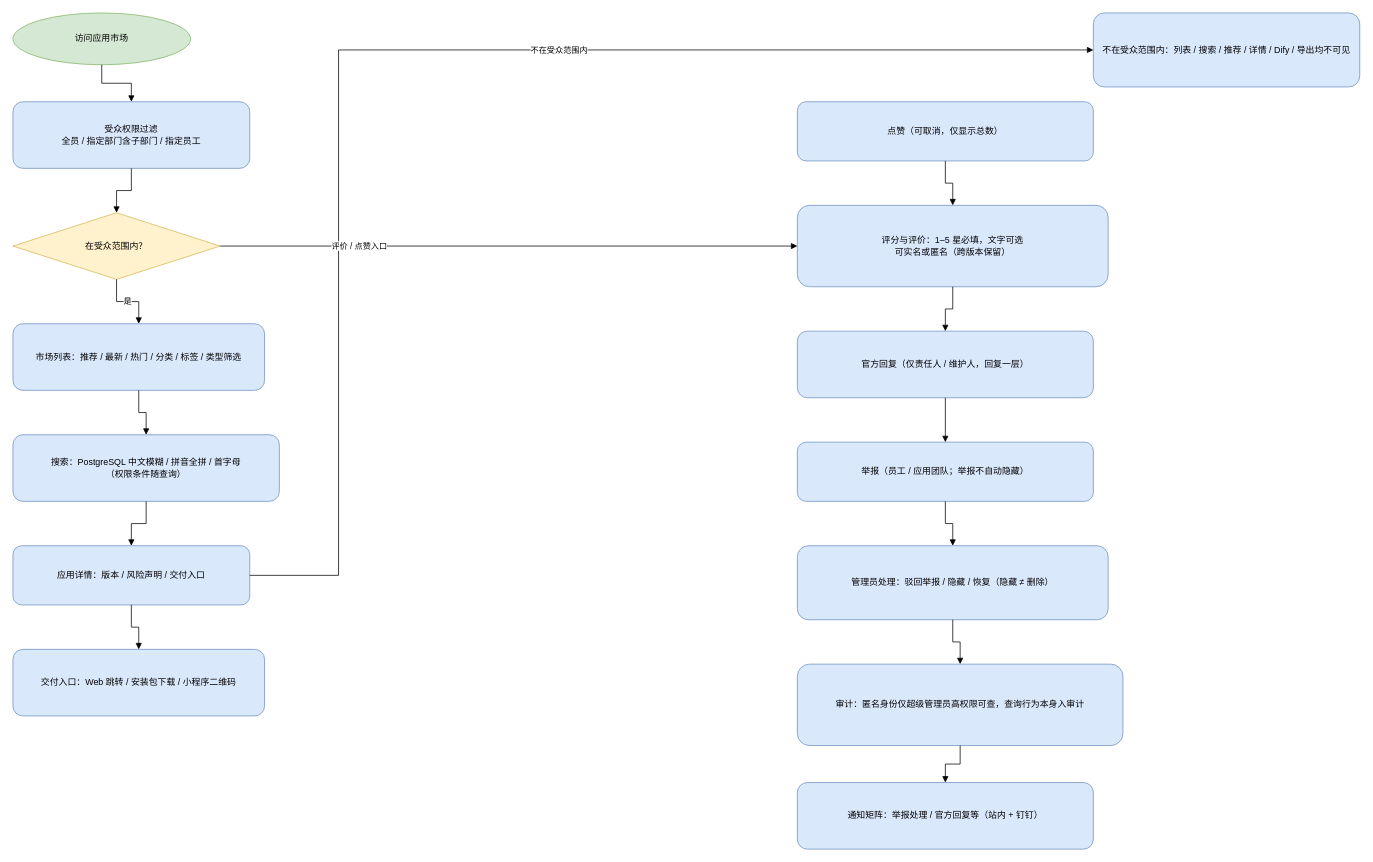
Before: docs/flowchart/05-marketplace-interaction-governance.drawio in lzc452/AI-HUB-PLATFORM, a draw.io diagram. Source tidied: cells renumbered, new cells numbered last; positions are measured from the earlier drawing's top-left corner, leaving out a move shared by most shapes. Both pictures are drawn from the tidied source at 74%, with x=0, y=0 at pixel (13, 13).
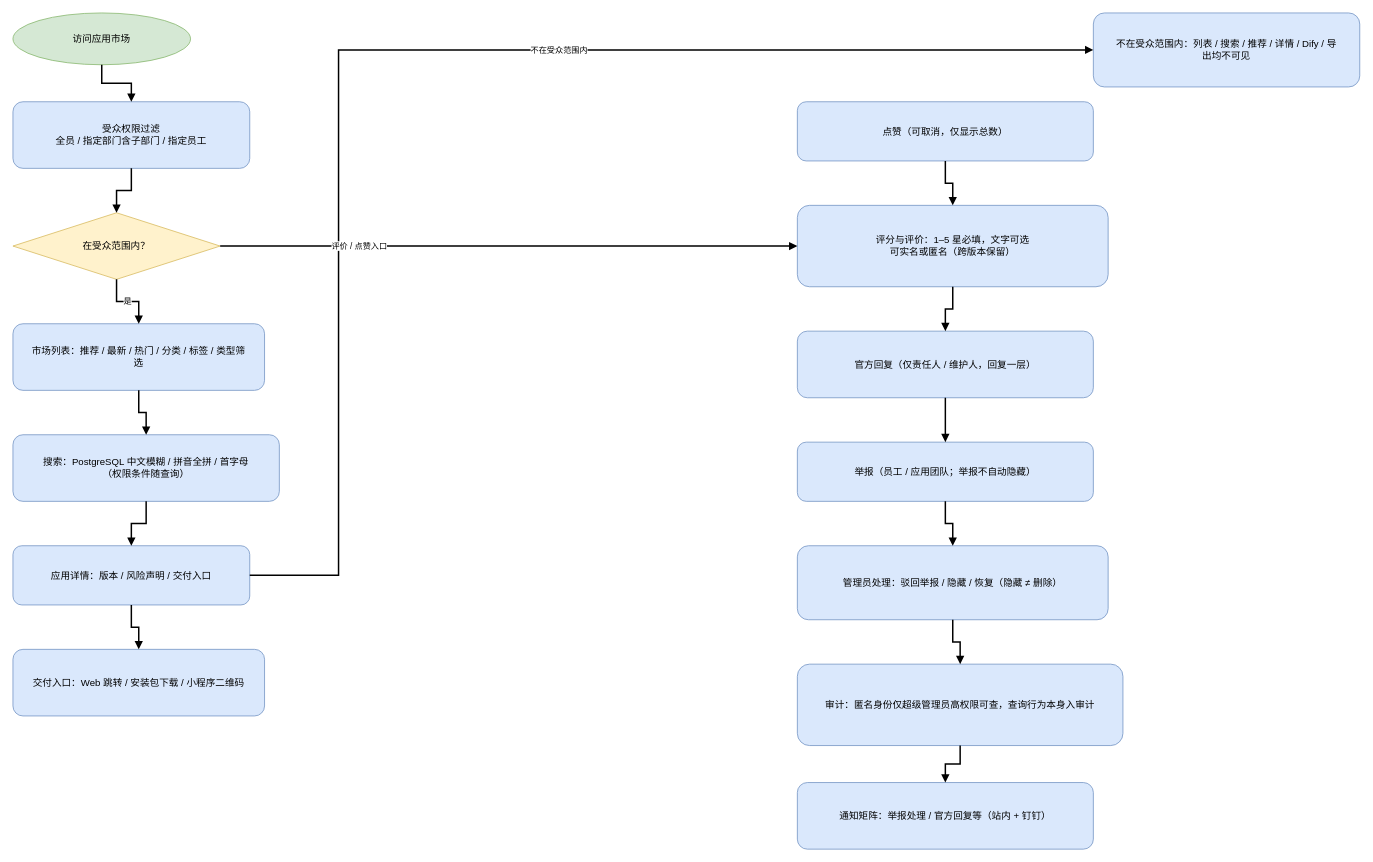
The same page after the edit.

Change to the diagram source:
```diff
@@
-    <mxCell id="2" value="访问应用市场" style="ellipse;whiteSpace=wrap;html=1;fillColor=#d5e8d4;strokeColor=#82b366;fontFamily=Microsoft YaHei;" parent="1" vertex="1">
+    <mxCell id="2" value="访问应用市场" style="ellipse;whiteSpace=wrap;html=1;fillColor=#d5e8d4;strokeColor=#82b366;fontFamily=Microsoft YaHei;fontSize=13;verticalAlign=middle;" parent="1" vertex="1">
       <mxGeometry width="240" height="70" as="geometry" />
     </mxCell>
-    <mxCell id="3" value="受众权限过滤&#10;全员 / 指定部门含子部门 / 指定员工" style="rounded=1;whiteSpace=wrap;html=1;fillColor=#dae8fc;strokeColor=#6c8ebf;fontFamily=Microsoft YaHei;" parent="1" vertex="1">
+    <mxCell id="3" value="受众权限过滤&#10;全员 / 指定部门含子部门 / 指定员工" style="rounded=1;whiteSpace=wrap;html=1;fillColor=#dae8fc;strokeColor=#6c8ebf;fontFamily=Microsoft YaHei;fontSize=13;verticalAlign=middle;" parent="1" vertex="1">
       <mxGeometry y="120" width="320" height="90" as="geometry" />
     </mxCell>
-    <mxCell id="4" value="在受众范围内？" style="rhombus;whiteSpace=wrap;html=1;fillColor=#fff2cc;strokeColor=#d6b656;fontFamily=Microsoft YaHei;" parent="1" vertex="1">
+    <mxCell id="4" value="在受众范围内？" style="rhombus;whiteSpace=wrap;html=1;fillColor=#fff2cc;strokeColor=#d6b656;fontFamily=Microsoft YaHei;fontSize=13;verticalAlign=middle;" parent="1" vertex="1">
       <mxGeometry y="270" width="280" height="90" as="geometry" />
     </mxCell>
-    <mxCell id="5" value="市场列表：推荐 / 最新 / 热门 / 分类 / 标签 / 类型筛选" style="rounded=1;whiteSpace=wrap;html=1;fillColor=#dae8fc;strokeColor=#6c8ebf;fontFamily=Microsoft YaHei;" parent="1" vertex="1">
+    <mxCell id="5" value="市场列表：推荐 / 最新 / 热门 / 分类 / 标签 / 类型筛&#10;选" style="rounded=1;whiteSpace=wrap;html=1;fillColor=#dae8fc;strokeColor=#6c8ebf;fontFamily=Microsoft YaHei;fontSize=13;verticalAlign=middle;" parent="1" vertex="1">
       <mxGeometry y="420" width="340" height="90" as="geometry" />
     </mxCell>
-    <mxCell id="6" value="搜索：PostgreSQL 中文模糊 / 拼音全拼 / 首字母&#10;（权限条件随查询）" style="rounded=1;whiteSpace=wrap;html=1;fillColor=#dae8fc;strokeColor=#6c8ebf;fontFamily=Microsoft YaHei;" parent="1" vertex="1">
+    <mxCell id="6" value="搜索：PostgreSQL 中文模糊 / 拼音全拼 / 首字母&#10;（权限条件随查询）" style="rounded=1;whiteSpace=wrap;html=1;fillColor=#dae8fc;strokeColor=#6c8ebf;fontFamily=Microsoft YaHei;fontSize=13;verticalAlign=middle;" parent="1" vertex="1">
       <mxGeometry y="570" width="360" height="90" as="geometry" />
     </mxCell>
-    <mxCell id="7" value="应用详情：版本 / 风险声明 / 交付入口" style="rounded=1;whiteSpace=wrap;html=1;fillColor=#dae8fc;strokeColor=#6c8ebf;fontFamily=Microsoft YaHei;" parent="1" vertex="1">
+    <mxCell id="7" value="应用详情：版本 / 风险声明 / 交付入口" style="rounded=1;whiteSpace=wrap;html=1;fillColor=#dae8fc;strokeColor=#6c8ebf;fontFamily=Microsoft YaHei;fontSize=13;verticalAlign=middle;" parent="1" vertex="1">
       <mxGeometry y="720" width="320" height="80" as="geometry" />
     </mxCell>
-    <mxCell id="8" value="交付入口：Web 跳转 / 安装包下载 / 小程序二维码" style="rounded=1;whiteSpace=wrap;html=1;fillColor=#dae8fc;strokeColor=#6c8ebf;fontFamily=Microsoft YaHei;" parent="1" vertex="1">
+    <mxCell id="8" value="交付入口：Web 跳转 / 安装包下载 / 小程序二维码" style="rounded=1;whiteSpace=wrap;html=1;fillColor=#dae8fc;strokeColor=#6c8ebf;fontFamily=Microsoft YaHei;fontSize=13;verticalAlign=middle;" parent="1" vertex="1">
       <mxGeometry y="860" width="340" height="90" as="geometry" />
     </mxCell>
-    <mxCell id="9" value="不在受众范围内：列表 / 搜索 / 推荐 / 详情 / Dify / 导出均不可见" style="rounded=1;whiteSpace=wrap;html=1;fillColor=#dae8fc;strokeColor=#6c8ebf;fontFamily=Microsoft YaHei;" parent="1" vertex="1">
+    <mxCell id="9" value="不在受众范围内：列表 / 搜索 / 推荐 / 详情 / Dify / 导&#10;出均不可见" style="rounded=1;whiteSpace=wrap;html=1;fillColor=#dae8fc;strokeColor=#6c8ebf;fontFamily=Microsoft YaHei;fontSize=13;verticalAlign=middle;" parent="1" vertex="1">
       <mxGeometry x="1460" width="360" height="100" as="geometry" />
     </mxCell>
-    <mxCell id="10" value="点赞（可取消，仅显示总数）" style="rounded=1;whiteSpace=wrap;html=1;fillColor=#dae8fc;strokeColor=#6c8ebf;fontFamily=Microsoft YaHei;" parent="1" vertex="1">
+    <mxCell id="10" value="点赞（可取消，仅显示总数）" style="rounded=1;whiteSpace=wrap;html=1;fillColor=#dae8fc;strokeColor=#6c8ebf;fontFamily=Microsoft YaHei;fontSize=13;verticalAlign=middle;" parent="1" vertex="1">
       <mxGeometry x="1060" y="120" width="400" height="80" as="geometry" />
     </mxCell>
-    <mxCell id="11" value="评分与评价：1–5 星必填，文字可选&#10;可实名或匿名（跨版本保留）" style="rounded=1;whiteSpace=wrap;html=1;fillColor=#dae8fc;strokeColor=#6c8ebf;fontFamily=Microsoft YaHei;" parent="1" vertex="1">
+    <mxCell id="11" value="评分与评价：1–5 星必填，文字可选&#10;可实名或匿名（跨版本保留）" style="rounded=1;whiteSpace=wrap;html=1;fillColor=#dae8fc;strokeColor=#6c8ebf;fontFamily=Microsoft YaHei;fontSize=13;verticalAlign=middle;" parent="1" vertex="1">
       <mxGeometry x="1060" y="260" width="420" height="110" as="geometry" />
     </mxCell>
-    <mxCell id="12" value="官方回复（仅责任人 / 维护人，回复一层）" style="rounded=1;whiteSpace=wrap;html=1;fillColor=#dae8fc;strokeColor=#6c8ebf;fontFamily=Microsoft YaHei;" parent="1" vertex="1">
+    <mxCell id="12" value="官方回复（仅责任人 / 维护人，回复一层）" style="rounded=1;whiteSpace=wrap;html=1;fillColor=#dae8fc;strokeColor=#6c8ebf;fontFamily=Microsoft YaHei;fontSize=13;verticalAlign=middle;" parent="1" vertex="1">
       <mxGeometry x="1060" y="430" width="400" height="90" as="geometry" />
     </mxCell>
-    <mxCell id="13" value="举报（员工 / 应用团队；举报不自动隐藏）" style="rounded=1;whiteSpace=wrap;html=1;fillColor=#dae8fc;strokeColor=#6c8ebf;fontFamily=Microsoft YaHei;" parent="1" vertex="1">
+    <mxCell id="13" value="举报（员工 / 应用团队；举报不自动隐藏）" style="rounded=1;whiteSpace=wrap;html=1;fillColor=#dae8fc;strokeColor=#6c8ebf;fontFamily=Microsoft YaHei;fontSize=13;verticalAlign=middle;" parent="1" vertex="1">
       <mxGeometry x="1060" y="580" width="400" height="80" as="geometry" />
     </mxCell>
-    <mxCell id="14" value="管理员处理：驳回举报 / 隐藏 / 恢复（隐藏 ≠ 删除）" style="rounded=1;whiteSpace=wrap;html=1;fillColor=#dae8fc;strokeColor=#6c8ebf;fontFamily=Microsoft YaHei;" parent="1" vertex="1">
+    <mxCell id="14" value="管理员处理：驳回举报 / 隐藏 / 恢复（隐藏 ≠ 删除）" style="rounded=1;whiteSpace=wrap;html=1;fillColor=#dae8fc;strokeColor=#6c8ebf;fontFamily=Microsoft YaHei;fontSize=13;verticalAlign=middle;" parent="1" vertex="1">
       <mxGeometry x="1060" y="720" width="420" height="100" as="geometry" />
     </mxCell>
-    <mxCell id="15" value="审计：匿名身份仅超级管理员高权限可查，查询行为本身入审计" style="rounded=1;whiteSpace=wrap;html=1;fillColor=#dae8fc;strokeColor=#6c8ebf;fontFamily=Microsoft YaHei;" parent="1" vertex="1">
+    <mxCell id="15" value="审计：匿名身份仅超级管理员高权限可查，查询行为本身入审计" style="rounded=1;whiteSpace=wrap;html=1;fillColor=#dae8fc;strokeColor=#6c8ebf;fontFamily=Microsoft YaHei;fontSize=13;verticalAlign=middle;" parent="1" vertex="1">
       <mxGeometry x="1060" y="880" width="440" height="110" as="geometry" />
     </mxCell>
-    <mxCell id="16" value="通知矩阵：举报处理 / 官方回复等（站内 + 钉钉）" style="rounded=1;whiteSpace=wrap;html=1;fillColor=#dae8fc;strokeColor=#6c8ebf;fontFamily=Microsoft YaHei;" parent="1" vertex="1">
+    <mxCell id="16" value="通知矩阵：举报处理 / 官方回复等（站内 + 钉钉）" style="rounded=1;whiteSpace=wrap;html=1;fillColor=#dae8fc;strokeColor=#6c8ebf;fontFamily=Microsoft YaHei;fontSize=13;verticalAlign=middle;" parent="1" vertex="1">
       <mxGeometry x="1060" y="1040" width="400" height="90" as="geometry" />
     </mxCell>
-    <mxCell id="17" style="edgeStyle=orthogonalEdgeStyle;rounded=0;jettySize=auto;html=1;endArrow=block;exitX=0.5;exitY=1;entryX=0.5;entryY=0;" parent="1" edge="1" source="2" target="3">
+    <mxCell id="17" style="edgeStyle=orthogonalEdgeStyle;rounded=0;jettySize=auto;html=1;endArrow=block;strokeWidth=2;exitX=0.5;exitY=1;entryX=0.5;entryY=0;" parent="1" edge="1" source="2" target="3">
       <mxGeometry relative="1" as="geometry">
         <Array as="points">
           <mxPoint x="120" y="95" />
           <mxPoint x="160" y="95" />
         </Array>
       </mxGeometry>
     </mxCell>
-    <mxCell id="18" style="edgeStyle=orthogonalEdgeStyle;rounded=0;jettySize=auto;html=1;endArrow=block;exitX=0.5;exitY=1;entryX=0.5;entryY=0;" parent="1" edge="1" source="3" target="4">
+    <mxCell id="18" style="edgeStyle=orthogonalEdgeStyle;rounded=0;jettySize=auto;html=1;endArrow=block;strokeWidth=2;exitX=0.5;exitY=1;entryX=0.5;entryY=0;" parent="1" edge="1" source="3" target="4">
       <mxGeometry relative="1" as="geometry">
         <Array as="points">
           <mxPoint x="160" y="240" />
           <mxPoint x="140" y="240" />
         </Array>
       </mxGeometry>
     </mxCell>
-    <mxCell id="19" value="是" style="edgeStyle=orthogonalEdgeStyle;rounded=0;jettySize=auto;html=1;endArrow=block;exitX=0.5;exitY=1;entryX=0.5;entryY=0;fontSize=11;labelBackgroundColor=#ffffff;" parent="1" edge="1" source="4" target="5">
+    <mxCell id="19" value="是" style="edgeStyle=orthogonalEdgeStyle;rounded=0;jettySize=auto;html=1;endArrow=block;strokeWidth=2;exitX=0.5;exitY=1;entryX=0.5;entryY=0;fontSize=11;labelBackgroundColor=#ffffff;" parent="1" edge="1" source="4" target="5">
       <mxGeometry relative="1" as="geometry">
         <Array as="points">
           <mxPoint x="140" y="360" />
           <mxPoint x="140" y="390" />
           <mxPoint x="170" y="390" />
           <mxPoint x="170" y="420" />
         </Array>
       </mxGeometry>
     </mxCell>
-    <mxCell id="20" value="不在受众范围内" style="edgeStyle=orthogonalEdgeStyle;rounded=0;jettySize=auto;html=1;endArrow=block;exitX=1;exitY=0.5;entryX=0;entryY=0.5;fontSize=11;labelBackgroundColor=#ffffff;" parent="1" edge="1" source="4" target="9">
+    <mxCell id="20" value="不在受众范围内" style="edgeStyle=orthogonalEdgeStyle;rounded=0;jettySize=auto;html=1;endArrow=block;strokeWidth=2;exitX=1;exitY=0.5;entryX=0;entryY=0.5;fontSize=11;labelBackgroundColor=#ffffff;" parent="1" edge="1" source="4" target="9">
       <mxGeometry relative="1" as="geometry">
         <Array as="points">
           <mxPoint x="280" y="315" />
           <mxPoint x="440" y="315" />
           <mxPoint x="440" y="50" />
           <mxPoint x="1460" y="50" />
         </Array>
       </mxGeometry>
     </mxCell>
-    <mxCell id="21" style="edgeStyle=orthogonalEdgeStyle;rounded=0;jettySize=auto;html=1;endArrow=block;exitX=0.5;exitY=1;entryX=0.5;entryY=0;" parent="1" edge="1" source="5" target="6">
+    <mxCell id="21" style="edgeStyle=orthogonalEdgeStyle;rounded=0;jettySize=auto;html=1;endArrow=block;strokeWidth=2;exitX=0.5;exitY=1;entryX=0.5;entryY=0;" parent="1" edge="1" source="5" target="6">
       <mxGeometry relative="1" as="geometry">
         <Array as="points">
           <mxPoint x="170" y="540" />
           <mxPoint x="180" y="540" />
         </Array>
       </mxGeometry>
     </mxCell>
-    <mxCell id="22" style="edgeStyle=orthogonalEdgeStyle;rounded=0;jettySize=auto;html=1;endArrow=block;exitX=0.5;exitY=1;entryX=0.5;entryY=0;" parent="1" edge="1" source="6" target="7">
+    <mxCell id="22" style="edgeStyle=orthogonalEdgeStyle;rounded=0;jettySize=auto;html=1;endArrow=block;strokeWidth=2;exitX=0.5;exitY=1;entryX=0.5;entryY=0;" parent="1" edge="1" source="6" target="7">
       <mxGeometry relative="1" as="geometry">
         <Array as="points">
           <mxPoint x="180" y="690" />
           <mxPoint x="160" y="690" />
         </Array>
       </mxGeometry>
     </mxCell>
-    <mxCell id="23" style="edgeStyle=orthogonalEdgeStyle;rounded=0;jettySize=auto;html=1;endArrow=block;exitX=0.5;exitY=1;entryX=0.5;entryY=0;" parent="1" edge="1" source="7" target="8">
+    <mxCell id="23" style="edgeStyle=orthogonalEdgeStyle;rounded=0;jettySize=auto;html=1;endArrow=block;strokeWidth=2;exitX=0.5;exitY=1;entryX=0.5;entryY=0;" parent="1" edge="1" source="7" target="8">
       <mxGeometry relative="1" as="geometry">
         <Array as="points">
           <mxPoint x="160" y="830" />
           <mxPoint x="170" y="830" />
         </Array>
       </mxGeometry>
     </mxCell>
-    <mxCell id="24" value="评价 / 点赞入口" style="edgeStyle=orthogonalEdgeStyle;rounded=0;jettySize=auto;html=1;endArrow=block;exitX=1;exitY=0.5;entryX=0;entryY=0.5;fontSize=11;labelBackgroundColor=#ffffff;" parent="1" edge="1" source="7" target="11">
+    <mxCell id="24" value="评价 / 点赞入口" style="edgeStyle=orthogonalEdgeStyle;rounded=0;jettySize=auto;html=1;endArrow=block;strokeWidth=2;exitX=1;exitY=0.5;entryX=0;entryY=0.5;fontSize=11;labelBackgroundColor=#ffffff;" parent="1" edge="1" source="7" target="11">
       <mxGeometry relative="1" as="geometry">
         <Array as="points">
           <mxPoint x="320" y="760" />
           <mxPoint x="440" y="760" />
           <mxPoint x="440" y="315" />
           <mxPoint x="1060" y="315" />
         </Array>
       </mxGeometry>
     </mxCell>
-    <mxCell id="25" style="edgeStyle=orthogonalEdgeStyle;rounded=0;jettySize=auto;html=1;endArrow=block;exitX=0.5;exitY=1;entryX=0.5;entryY=0;" parent="1" edge="1" source="10" target="11">
+    <mxCell id="25" style="edgeStyle=orthogonalEdgeStyle;rounded=0;jettySize=auto;html=1;endArrow=block;strokeWidth=2;exitX=0.5;exitY=1;entryX=0.5;entryY=0;" parent="1" edge="1" source="10" target="11">
       <mxGeometry relative="1" as="geometry">
         <Array as="points">
           <mxPoint x="1260" y="200" />
           <mxPoint x="1260" y="230" />
           <mxPoint x="1270" y="230" />
           <mxPoint x="1270" y="260" />
         </Array>
       </mxGeometry>
     </mxCell>
-    <mxCell id="26" style="edgeStyle=orthogonalEdgeStyle;rounded=0;jettySize=auto;html=1;endArrow=block;exitX=0.5;exitY=1;entryX=0.5;entryY=0;" parent="1" edge="1" source="11" target="12">
+    <mxCell id="26" style="edgeStyle=orthogonalEdgeStyle;rounded=0;jettySize=auto;html=1;endArrow=block;strokeWidth=2;exitX=0.5;exitY=1;entryX=0.5;entryY=0;" parent="1" edge="1" source="11" target="12">
       <mxGeometry relative="1" as="geometry">
         <Array as="points">
           <mxPoint x="1270" y="370" />
           <mxPoint x="1270" y="400" />
           <mxPoint x="1260" y="400" />
           <mxPoint x="1260" y="430" />
         </Array>
       </mxGeometry>
     </mxCell>
-    <mxCell id="27" style="edgeStyle=orthogonalEdgeStyle;rounded=0;jettySize=auto;html=1;endArrow=block;exitX=0.5;exitY=1;entryX=0.5;entryY=0;" parent="1" edge="1" source="12" target="13">
+    <mxCell id="27" style="edgeStyle=orthogonalEdgeStyle;rounded=0;jettySize=auto;html=1;endArrow=block;strokeWidth=2;exitX=0.5;exitY=1;entryX=0.5;entryY=0;" parent="1" edge="1" source="12" target="13">
       <mxGeometry relative="1" as="geometry">
         <Array as="points">
           <mxPoint x="1260" y="550" />
           <mxPoint x="1260" y="550" />
         </Array>
       </mxGeometry>
     </mxCell>
-    <mxCell id="28" style="edgeStyle=orthogonalEdgeStyle;rounded=0;jettySize=auto;html=1;endArrow=block;exitX=0.5;exitY=1;entryX=0.5;entryY=0;" parent="1" edge="1" source="13" target="14">
+    <mxCell id="28" style="edgeStyle=orthogonalEdgeStyle;rounded=0;jettySize=auto;html=1;endArrow=block;strokeWidth=2;exitX=0.5;exitY=1;entryX=0.5;entryY=0;" parent="1" edge="1" source="13" target="14">
       <mxGeometry relative="1" as="geometry">
         <Array as="points">
           <mxPoint x="1260" y="660" />
           <mxPoint x="1260" y="690" />
           <mxPoint x="1270" y="690" />
           <mxPoint x="1270" y="720" />
         </Array>
       </mxGeometry>
     </mxCell>
-    <mxCell id="29" style="edgeStyle=orthogonalEdgeStyle;rounded=0;jettySize=auto;html=1;endArrow=block;exitX=0.5;exitY=1;entryX=0.5;entryY=0;" parent="1" edge="1" source="14" target="15">
+    <mxCell id="29" style="edgeStyle=orthogonalEdgeStyle;rounded=0;jettySize=auto;html=1;endArrow=block;strokeWidth=2;exitX=0.5;exitY=1;entryX=0.5;entryY=0;" parent="1" edge="1" source="14" target="15">
       <mxGeometry relative="1" as="geometry">
         <Array as="points">
           <mxPoint x="1270" y="820" />
           <mxPoint x="1270" y="850" />
           <mxPoint x="1280" y="850" />
           <mxPoint x="1280" y="880" />
         </Array>
       </mxGeometry>
     </mxCell>
-    <mxCell id="30" style="edgeStyle=orthogonalEdgeStyle;rounded=0;jettySize=auto;html=1;endArrow=block;exitX=0.5;exitY=1;entryX=0.5;entryY=0;" parent="1" edge="1" source="15" target="16">
+    <mxCell id="30" style="edgeStyle=orthogonalEdgeStyle;rounded=0;jettySize=auto;html=1;endArrow=block;strokeWidth=2;exitX=0.5;exitY=1;entryX=0.5;entryY=0;" parent="1" edge="1" source="15" target="16">
       <mxGeometry relative="1" as="geometry">
         <Array as="points">
           <mxPoint x="1280" y="990" />
           <mxPoint x="1280" y="1015" />
           <mxPoint x="1260" y="1015" />
           <mxPoint x="1260" y="1040" />
         </Array>
       </mxGeometry>
     </mxCell>
```
